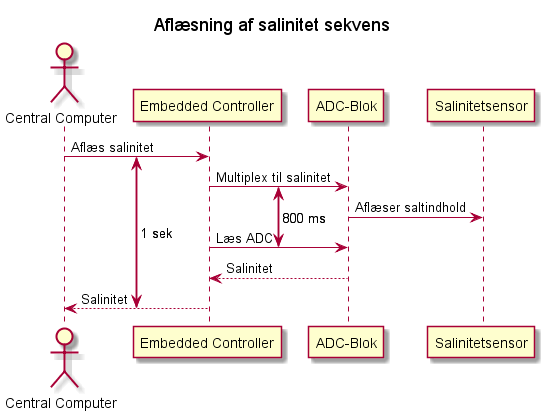
The PlantUML diagram Strukturering/Sensor/Konceptuelt Sekvensdiagram/Sekvens/Aflæsning af salinitet sekvens.png in Solvgraa-mager/E4PRJ4, before a commit. Its diagram source:
```plantuml
@startuml
!pragma teoz true

title "Aflæsning af salinitet sekvens"

actor "Central Computer" as CC
participant "Embedded Controller" as EC
participant "ADC-Blok" as ADC
participant "Salinitetsensor" as saltsensor

{start_com} CC -> EC : Aflæs salinitet
{start_read} EC -> ADC: Multiplex til salinitet
ADC -> saltsensor: Aflæser saltindhold
{end_read} EC -> ADC: Læs ADC
ADC --> EC: Salinitet
{end_com} EC --> CC: Salinitet


{start_com} <-> {end_com}: 1 sek

{start_read} <-> {end_read}: 800 ms


@enduml
```
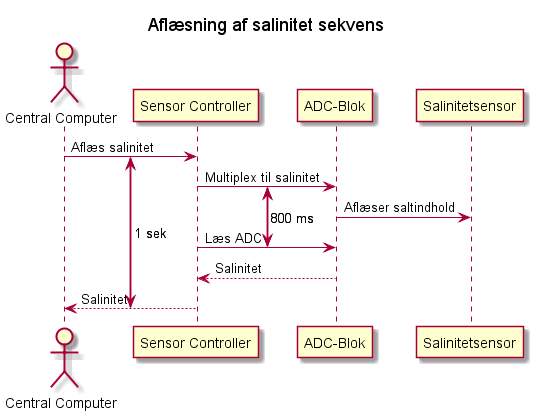
Later version of the same file.

Commit message:
Sensorenhed terminologi ændret og sekvens tilfojet

What changed in the source:
```diff
@@ -4,16 +4,16 @@
 title "Aflæsning af salinitet sekvens"
 
 actor "Central Computer" as CC
-participant "Embedded Controller" as EC
+participant "Sensor Controller" as SC
 participant "ADC-Blok" as ADC
 participant "Salinitetsensor" as saltsensor
 
-{start_com} CC -> EC : Aflæs salinitet
-{start_read} EC -> ADC: Multiplex til salinitet
+{start_com} CC -> SC : Aflæs salinitet
+{start_read} SC -> ADC: Multiplex til salinitet
 ADC -> saltsensor: Aflæser saltindhold
-{end_read} EC -> ADC: Læs ADC
-ADC --> EC: Salinitet
-{end_com} EC --> CC: Salinitet
+{end_read} SC -> ADC: Læs ADC
+ADC --> SC: Salinitet
+{end_com} SC --> CC: Salinitet
 
 
 {start_com} <-> {end_com}: 1 sek
```
